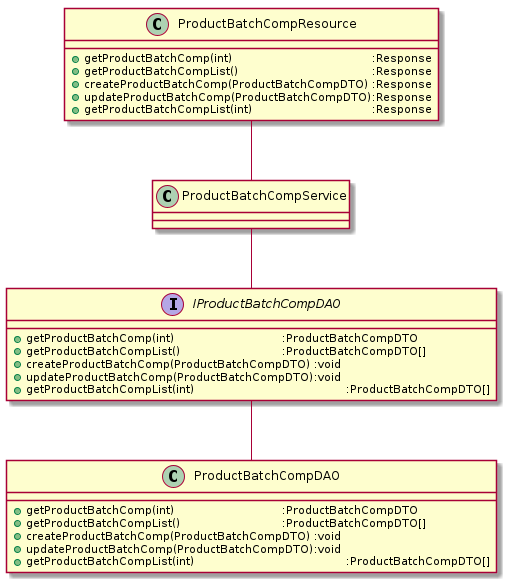
GRP25/CDIO_Final keeps this PlantUML diagram as UML/class/delt/productbatchcomp.png. Above is the earlier version. Source of this version:
```plantuml
@startuml
class "ProductBatchCompDAO" as prbdao{
    + getProductBatchComp(int)\t\t\t\t:ProductBatchCompDTO
    + getProductBatchCompList()\t\t\t\t:ProductBatchCompDTO[]
    + createProductBatchComp(ProductBatchCompDTO)\t:void
    + updateProductBatchComp(ProductBatchCompDTO)\t:void
    + getProductBatchCompList(int)\t\t\t\t\t:ProductBatchCompDTO[]
}
interface "IProductBatchCompDAO" as iprbdao{
    + getProductBatchComp(int)\t\t\t\t:ProductBatchCompDTO
    + getProductBatchCompList()\t\t\t\t:ProductBatchCompDTO[]
    + createProductBatchComp(ProductBatchCompDTO)\t:void
    + updateProductBatchComp(ProductBatchCompDTO)\t:void
    + getProductBatchCompList(int)\t\t\t\t\t:ProductBatchCompDTO[]
}
class "ProductBatchCompService" as pbcser {
}
class "ProductBatchCompResource" as pbcres {
    + getProductBatchComp(int)\t\t\t\t\t:Response
    + getProductBatchCompList()\t\t\t\t\t:Response
    + createProductBatchComp(ProductBatchCompDTO)\t:Response
    + updateProductBatchComp(ProductBatchCompDTO)\t:Response
    + getProductBatchCompList(int)\t\t\t\t:Response
}

iprbdao -d- prbdao
iprbdao -u- pbcser
pbcres -d- pbcser
@enduml
```
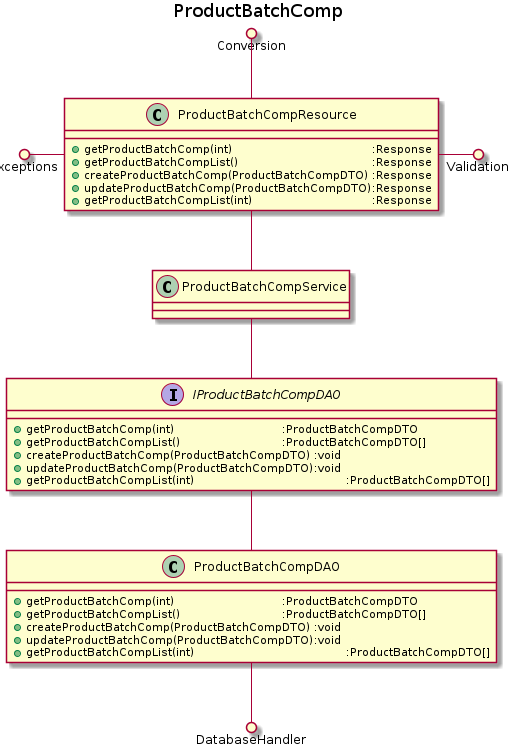
After the commit.

The edit, as a diff of the source:
```diff
@@ -1,4 +1,5 @@
 @startuml
+title ProductBatchComp
 class "ProductBatchCompDAO" as prbdao{
     + getProductBatchComp(int)\t\t\t\t:ProductBatchCompDTO
     + getProductBatchCompList()\t\t\t\t:ProductBatchCompDTO[]
@@ -26,4 +27,8 @@
 iprbdao -d- prbdao
 iprbdao -u- pbcser
 pbcres -d- pbcser
+prbdao --() DatabaseHandler
+pbcres -() Validation
+Exceptions ()- pbcres
+Conversion ()-- pbcres
 @enduml
```
